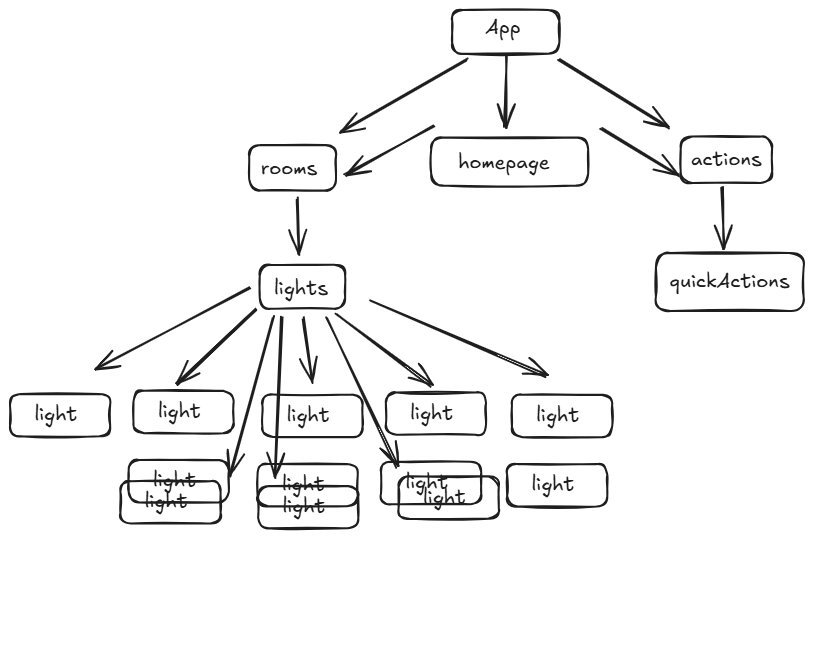
This is react-global-state/react-global-state_lights/public/tree.excalidraw.png from ritakenji/web-challenges, a Excalidraw export, as it was before one commit. Source tidied: one line per element, renumbered; positions are measured from the earlier drawing's top-left corner, leaving out a move shared by most shapes.
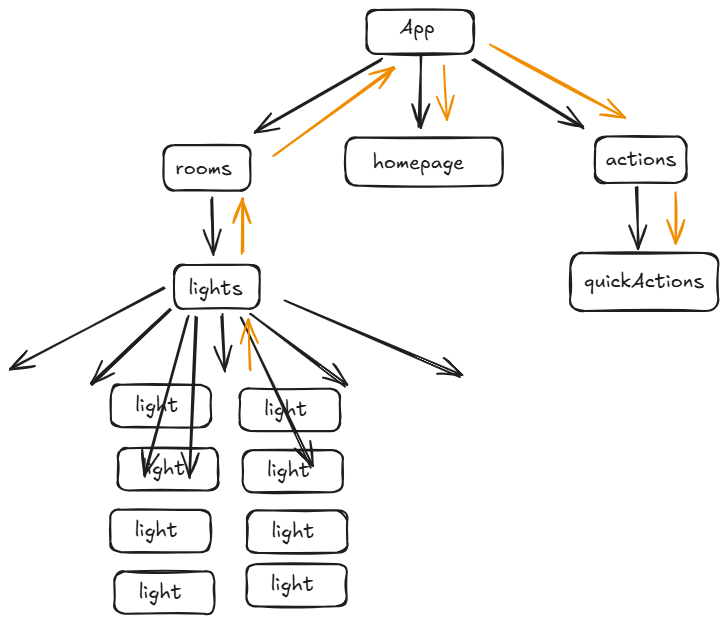
The same file after the commit.

Change to the diagram source:
```diff
@@ -8,34 +8,33 @@
 {"id": 7, "type": "text", "text": "actions", "strokeColor": "#1e1e1e", "strokeWidth": 2, "roughness": 1, "fontSize": 20, "fontFamily": 5, "textAlign": "center", "verticalAlign": "middle", "inside": 6, "x": 681, "y": 137, "width": 71, "height": 25}
 {"id": 8, "type": "rectangle", "strokeColor": "#1e1e1e", "strokeWidth": 2, "roughness": 1, "round": true, "x": 250, "y": 255, "width": 85, "height": 44}
 {"id": 9, "type": "text", "text": "lights", "strokeColor": "#1e1e1e", "strokeWidth": 2, "roughness": 1, "fontSize": 20, "fontFamily": 5, "x": 264, "y": 266, "width": 54, "height": 25}
-{"id": 10, "type": "rectangle", "strokeColor": "#1e1e1e", "strokeWidth": 2, "roughness": 1, "round": true, "x": 123, "y": 381, "width": 100, "height": 42}
+{"id": 10, "type": "rectangle", "strokeColor": "#1e1e1e", "strokeWidth": 2, "roughness": 1, "round": true, "x": 186, "y": 375, "width": 100, "height": 42}
-{"id": 11, "type": "text", "text": "light ", "strokeColor": "#1e1e1e", "strokeWidth": 2, "roughness": 1, "fontSize": 20, "fontFamily": 5, "textAlign": "center", "verticalAlign": "middle", "inside": 10, "x": 148, "y": 389, "width": 51, "height": 25}
+{"id": 11, "type": "text", "text": "light ", "strokeColor": "#1e1e1e", "strokeWidth": 2, "roughness": 1, "fontSize": 20, "fontFamily": 5, "textAlign": "center", "verticalAlign": "middle", "inside": 10, "x": 211, "y": 383, "width": 51, "height": 25}
-{"id": 12, "type": "rectangle", "strokeColor": "#1e1e1e", "strokeWidth": 2, "roughness": 1, "round": true, "x": 252, "y": 385, "width": 100, "height": 42}
+{"id": 12, "type": "rectangle", "strokeColor": "#1e1e1e", "strokeWidth": 2, "roughness": 1, "round": true, "x": 315, "y": 379, "width": 100, "height": 42}
-{"id": 13, "type": "text", "text": "light ", "strokeColor": "#1e1e1e", "strokeWidth": 2, "roughness": 1, "fontSize": 20, "fontFamily": 5, "textAlign": "center", "verticalAlign": "middle", "inside": 12, "x": 277, "y": 393, "width": 51, "height": 25}
+{"id": 13, "type": "text", "text": "light ", "strokeColor": "#1e1e1e", "strokeWidth": 2, "roughness": 1, "fontSize": 20, "fontFamily": 5, "textAlign": "center", "verticalAlign": "middle", "inside": 12, "x": 340, "y": 387, "width": 51, "height": 25}
-{"id": 14, "type": "rectangle", "strokeColor": "#1e1e1e", "strokeWidth": 2, "roughness": 1, "round": true, "x": 376, "y": 382, "width": 100, "height": 42}
+{"id": 14, "type": "rectangle", "strokeColor": "#1e1e1e", "strokeWidth": 2, "roughness": 1, "round": true, "x": 190, "y": 561, "width": 100, "height": 42}
-{"id": 15, "type": "text", "text": "light ", "strokeColor": "#1e1e1e", "strokeWidth": 2, "roughness": 1, "fontSize": 20, "fontFamily": 5, "textAlign": "center", "verticalAlign": "middle", "inside": 14, "x": 401, "y": 391, "width": 51, "height": 25}
+{"id": 15, "type": "text", "text": "light ", "strokeColor": "#1e1e1e", "strokeWidth": 2, "roughness": 1, "fontSize": 20, "fontFamily": 5, "textAlign": "center", "verticalAlign": "middle", "inside": 14, "x": 215, "y": 570, "width": 51, "height": 25}
-{"id": 16, "type": "rectangle", "strokeColor": "#1e1e1e", "strokeWidth": 2, "roughness": 1, "round": true, "x": 502, "y": 385, "width": 100, "height": 42}
+{"id": 16, "type": "rectangle", "strokeColor": "#1e1e1e", "strokeWidth": 2, "roughness": 1, "round": true, "x": 186, "y": 500, "width": 100, "height": 42}
-{"id": 17, "type": "text", "text": "light ", "strokeColor": "#1e1e1e", "strokeWidth": 2, "roughness": 1, "fontSize": 20, "fontFamily": 5, "textAlign": "center", "verticalAlign": "middle", "inside": 16, "x": 527, "y": 393, "width": 51, "height": 25}
+{"id": 17, "type": "text", "text": "light ", "strokeColor": "#1e1e1e", "strokeWidth": 2, "roughness": 1, "fontSize": 20, "fontFamily": 5, "textAlign": "center", "verticalAlign": "middle", "inside": 16, "x": 211, "y": 508, "width": 51, "height": 25}
 {"id": 18, "type": "arrow", "strokeColor": "#1e1e1e", "strokeWidth": 2, "roughness": 1, "endArrowhead": "arrow", "round": true, "from": 1, "to": 3, "x": 496, "y": 46, "width": 1, "height": 72, "points": [[0, 0], [-1, 72]]}
 {"id": 19, "type": "arrow", "strokeColor": "#1e1e1e", "strokeWidth": 2, "roughness": 1, "endArrowhead": "arrow", "round": true, "from": 5, "to": 9, "x": 287, "y": 188, "width": 1, "height": 55, "points": [[0, 0], [1, 55]]}
-{"id": 20, "type": "arrow", "strokeColor": "#1e1e1e", "strokeWidth": 2, "roughness": 1, "endArrowhead": "arrow", "round": true, "from": 8, "to": 10, "x": 245, "y": 300, "width": 77, "height": 74, "points": [[0, 0], [-77, 74]]}
-{"id": 21, "type": "arrow", "strokeColor": "#1e1e1e", "strokeWidth": 2, "roughness": 1, "endArrowhead": "arrow", "round": true, "from": 9, "to": 12, "x": 293, "y": 308, "width": 8, "height": 64, "points": [[0, 0], [8, 64]]}
+{"id": 21, "type": "arrow", "strokeColor": "#1e1e1e", "strokeWidth": 2, "roughness": 1, "endArrowhead": "arrow", "round": true, "from": 9, "x": 298, "y": 305, "width": 2, "height": 56, "points": [[0, 0], [2, 56]]}
-{"id": 22, "type": "arrow", "strokeColor": "#1e1e1e", "strokeWidth": 2, "roughness": 1, "endArrowhead": "arrow", "round": true, "from": 8, "to": 14, "x": 326, "y": 304, "width": 95, "height": 73, "points": [[0, 0], [95, 73]]}
-{"id": 23, "type": "arrow", "strokeColor": "#1e1e1e", "strokeWidth": 2, "roughness": 1, "endArrowhead": "arrow", "round": true, "to": 16, "x": 360, "y": 290, "width": 176, "height": 77, "points": [[0, 0], [176, 77]]}
 {"id": 24, "type": "rectangle", "strokeColor": "#1e1e1e", "strokeWidth": 2, "roughness": 1, "round": true, "x": 646, "y": 243, "width": 148, "height": 58}
 {"id": 25, "type": "text", "text": "quickActions", "strokeColor": "#1e1e1e", "strokeWidth": 2, "roughness": 1, "fontSize": 20, "fontFamily": 5, "x": 659, "y": 259, "width": 120, "height": 25}
 {"id": 26, "type": "arrow", "strokeColor": "#1e1e1e", "strokeWidth": 2, "roughness": 1, "endArrowhead": "arrow", "round": true, "from": 6, "to": 24, "x": 712, "y": 177, "width": 2, "height": 61, "points": [[0, 0], [2, 61]]}
 {"id": 27, "type": "arrow", "strokeColor": "#1e1e1e", "strokeWidth": 2, "roughness": 1, "endArrowhead": "arrow", "round": true, "from": 1, "to": 4, "x": 457, "y": 49, "width": 127, "height": 71, "points": [[0, 0], [-127, 71]]}
 {"id": 28, "type": "arrow", "strokeColor": "#1e1e1e", "strokeWidth": 2, "roughness": 1, "endArrowhead": "arrow", "round": true, "from": 1, "to": 6, "x": 549, "y": 49, "width": 109, "height": 68, "points": [[0, 0], [109, 68]]}
-{"id": 29, "type": "rectangle", "strokeColor": "#1e1e1e", "strokeWidth": 2, "roughness": 1, "round": true, "x": 0, "y": 384, "width": 100, "height": 42}
+{"id": 29, "type": "rectangle", "strokeColor": "#1e1e1e", "strokeWidth": 2, "roughness": 1, "round": true, "x": 322, "y": 554, "width": 100, "height": 42}
-{"id": 30, "type": "text", "text": "light ", "strokeColor": "#1e1e1e", "strokeWidth": 2, "roughness": 1, "fontSize": 20, "fontFamily": 5, "textAlign": "center", "verticalAlign": "middle", "inside": 29, "x": 25, "y": 393, "width": 51, "height": 25}
+{"id": 30, "type": "text", "text": "light ", "strokeColor": "#1e1e1e", "strokeWidth": 2, "roughness": 1, "fontSize": 20, "fontFamily": 5, "textAlign": "center", "verticalAlign": "middle", "inside": 29, "x": 347, "y": 563, "width": 51, "height": 25}
-{"id": 31, "type": "arrow", "strokeColor": "#1e1e1e", "strokeWidth": 2, "roughness": 1, "endArrowhead": "arrow", "round": true, "from": 8, "x": 239, "y": 278, "width": 154, "height": 81, "points": [[0, 0], [-154, 81]]}
-{"id": 32, "type": "rectangle", "strokeColor": "#1e1e1e", "strokeWidth": 2, "roughness": 1, "round": true, "x": 110, "y": 471, "width": 100, "height": 42}
+{"id": 32, "type": "rectangle", "strokeColor": "#1e1e1e", "strokeWidth": 2, "roughness": 1, "round": true, "x": 193, "y": 438, "width": 100, "height": 42}
-{"id": 33, "type": "text", "text": "light ", "strokeColor": "#1e1e1e", "strokeWidth": 2, "roughness": 1, "fontSize": 20, "fontFamily": 5, "textAlign": "center", "verticalAlign": "middle", "inside": 32, "x": 135, "y": 480, "width": 51, "height": 25}
+{"id": 33, "type": "text", "text": "light ", "strokeColor": "#1e1e1e", "strokeWidth": 2, "roughness": 1, "fontSize": 20, "fontFamily": 5, "textAlign": "center", "verticalAlign": "middle", "inside": 32, "x": 218, "y": 447, "width": 51, "height": 25}
-{"id": 34, "type": "rectangle", "strokeColor": "#1e1e1e", "strokeWidth": 2, "roughness": 1, "round": true, "x": 248, "y": 476, "width": 100, "height": 42}
+{"id": 34, "type": "rectangle", "strokeColor": "#1e1e1e", "strokeWidth": 2, "roughness": 1, "round": true, "x": 318, "y": 440, "width": 100, "height": 42}
-{"id": 35, "type": "text", "text": "light ", "strokeColor": "#1e1e1e", "strokeWidth": 2, "roughness": 1, "fontSize": 20, "fontFamily": 5, "textAlign": "center", "verticalAlign": "middle", "inside": 34, "x": 273, "y": 485, "width": 51, "height": 25}
+{"id": 35, "type": "text", "text": "light ", "strokeColor": "#1e1e1e", "strokeWidth": 2, "roughness": 1, "fontSize": 20, "fontFamily": 5, "textAlign": "center", "verticalAlign": "middle", "inside": 34, "x": 343, "y": 449, "width": 51, "height": 25}
-{"id": 36, "type": "rectangle", "strokeColor": "#1e1e1e", "strokeWidth": 2, "roughness": 1, "round": true, "x": 389, "y": 466, "width": 100, "height": 42}
+{"id": 36, "type": "rectangle", "strokeColor": "#1e1e1e", "strokeWidth": 2, "roughness": 1, "round": true, "x": 323, "y": 500, "width": 100, "height": 42}
-{"id": 37, "type": "text", "text": "light ", "strokeColor": "#1e1e1e", "strokeWidth": 2, "roughness": 1, "fontSize": 20, "fontFamily": 5, "textAlign": "center", "verticalAlign": "middle", "inside": 36, "x": 413, "y": 475, "width": 51, "height": 25}
+{"id": 37, "type": "text", "text": "light ", "strokeColor": "#1e1e1e", "strokeWidth": 2, "roughness": 1, "fontSize": 20, "fontFamily": 5, "textAlign": "center", "verticalAlign": "middle", "inside": 36, "x": 347, "y": 509, "width": 51, "height": 25}
-{"id": 38, "type": "arrow", "strokeColor": "#1e1e1e", "strokeWidth": 2, "roughness": 1, "endArrowhead": "arrow", "round": true, "from": 9, "to": 32, "x": 264, "y": 307, "width": 44, "height": 160, "points": [[0, 0], [-44, 160]]}
-{"id": 39, "type": "arrow", "strokeColor": "#1e1e1e", "strokeWidth": 2, "roughness": 1, "endArrowhead": "arrow", "round": true, "from": 9, "to": 36, "x": 316, "y": 308, "width": 71, "height": 149, "points": [[0, 0], [71, 149]]}
-{"id": 40, "type": "arrow", "strokeColor": "#1e1e1e", "strokeWidth": 2, "roughness": 1, "endArrowhead": "arrow", "round": true, "from": 9, "to": 34, "x": 273, "y": 307, "width": 8, "height": 160, "points": [[0, 0], [-8, 160]]}
+{"id": 41, "type": "arrow", "strokeColor": "#f08c00", "strokeWidth": 2, "roughness": 1, "endArrowhead": "arrow", "round": true, "to": 8, "x": 326, "y": 360, "width": 2, "height": 50, "points": [[0, 0], [-2, -50]]}
+{"id": 42, "type": "arrow", "strokeColor": "#f08c00", "strokeWidth": 2, "roughness": 1, "endArrowhead": "arrow", "round": true, "from": 8, "to": 4, "x": 319, "y": 243, "width": 0, "height": 54, "points": [[0, 0], [0, -54]]}
+{"id": 43, "type": "arrow", "strokeColor": "#f08c00", "strokeWidth": 2, "roughness": 1, "endArrowhead": "arrow", "round": true, "to": 1, "x": 350, "y": 146, "width": 121, "height": 88, "points": [[0, 0], [121, -88]]}
+{"id": 44, "type": "arrow", "strokeColor": "#f08c00", "strokeWidth": 2, "roughness": 1, "endArrowhead": "arrow", "from": 1, "x": 520, "y": 56, "width": 3, "height": 54, "points": [[0, 0], [3, 54]]}
+{"id": 45, "type": "arrow", "strokeColor": "#f08c00", "strokeWidth": 2, "roughness": 1, "endArrowhead": "arrow", "x": 566, "y": 35, "width": 135, "height": 73, "points": [[0, 0], [135, 73]]}
+{"id": 46, "type": "arrow", "strokeColor": "#f08c00", "strokeWidth": 2, "roughness": 1, "endArrowhead": "arrow", "from": 6, "to": 24, "x": 751, "y": 183, "width": 0, "height": 51, "points": [[0, 0], [0, 51]]}
```
